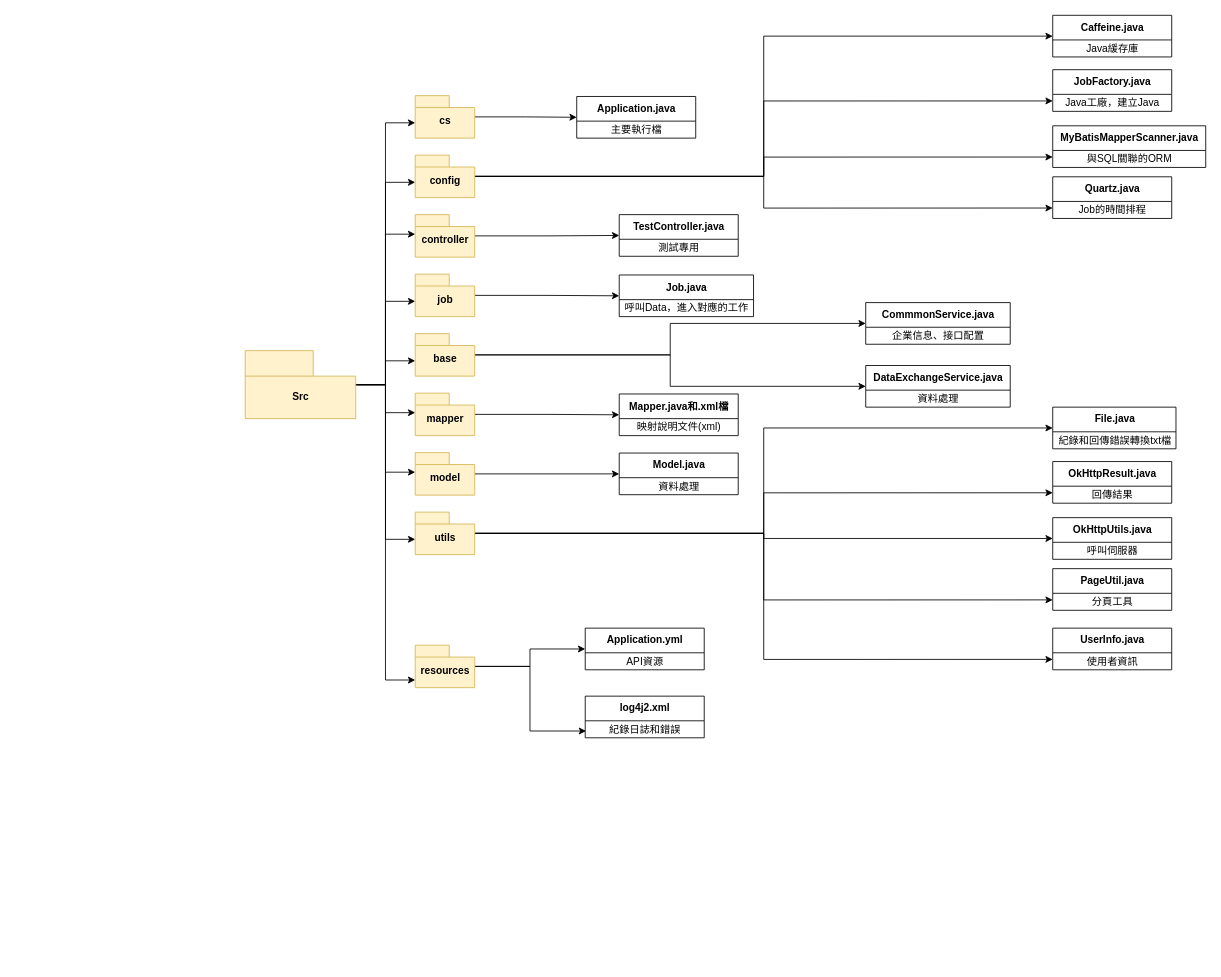
This is Untitled Diagram.drawio from milk588093/homework, a draw.io file, before an edit. Source tidied: cells renumbered, new cells numbered last; positions are measured from the earlier drawing's top-left corner, leaving out a move shared by most shapes. Both pictures are drawn from the tidied source at 85%, with x=0, y=0 at pixel (245, 15).
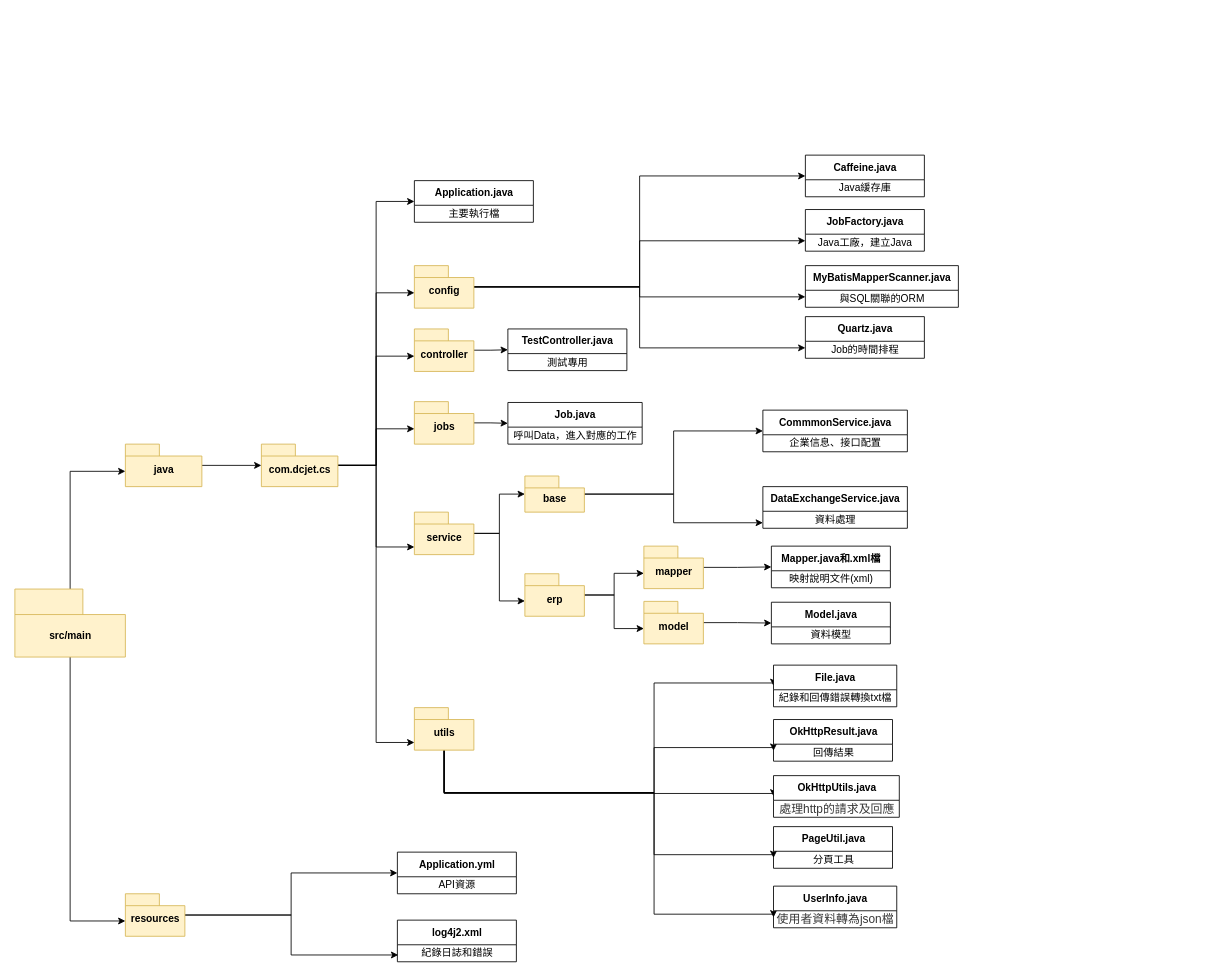
Above is the later version.

Unchanged cells that the change refers to:
```xml
<mxCell id="49" value="資料處理" style="text;html=1;align=center;verticalAlign=middle;points=[];strokeColor=none;" parent="48" vertex="1">
  <mxGeometry y="29" width="170" height="20" as="geometry" />
</mxCell>
```

What changed in the source:
```diff
@@
-    <mxCell id="2" style="edgeStyle=orthogonalEdgeStyle;rounded=0;jettySize=auto;html=1;entryX=0;entryY=0;entryDx=0;entryDy=23;entryPerimeter=0;" parent="1" edge="1" source="11" target="27">
-      <mxGeometry relative="1" as="geometry" />
-    </mxCell>
-    <mxCell id="3" style="edgeStyle=orthogonalEdgeStyle;rounded=0;jettySize=auto;html=1;entryX=0;entryY=0;entryDx=0;entryDy=23;entryPerimeter=0;" parent="1" edge="1" source="11" target="29">
-      <mxGeometry relative="1" as="geometry" />
-    </mxCell>
-    <mxCell id="4" style="edgeStyle=orthogonalEdgeStyle;rounded=0;jettySize=auto;html=1;entryX=0;entryY=0;entryDx=0;entryDy=32;entryPerimeter=0;" parent="1" edge="1" source="11" target="25">
-      <mxGeometry relative="1" as="geometry" />
-    </mxCell>
-    <mxCell id="5" style="edgeStyle=orthogonalEdgeStyle;rounded=0;jettySize=auto;html=1;entryX=0;entryY=0;entryDx=0;entryDy=32;entryPerimeter=0;" parent="1" edge="1" source="11" target="22">
-      <mxGeometry relative="1" as="geometry" />
-    </mxCell>
-    <mxCell id="6" style="edgeStyle=orthogonalEdgeStyle;rounded=0;jettySize=auto;html=1;entryX=0;entryY=0;entryDx=0;entryDy=23;entryPerimeter=0;" parent="1" edge="1" source="11" target="20">
-      <mxGeometry relative="1" as="geometry" />
-    </mxCell>
-    <mxCell id="7" style="edgeStyle=orthogonalEdgeStyle;rounded=0;jettySize=auto;html=1;entryX=0;entryY=0;entryDx=0;entryDy=32;entryPerimeter=0;" parent="1" edge="1" source="11" target="18">
-      <mxGeometry relative="1" as="geometry" />
-    </mxCell>
-    <mxCell id="8" style="edgeStyle=orthogonalEdgeStyle;rounded=0;jettySize=auto;html=1;entryX=0;entryY=0;entryDx=0;entryDy=32;entryPerimeter=0;" parent="1" edge="1" source="11" target="13">
-      <mxGeometry relative="1" as="geometry" />
-    </mxCell>
-    <mxCell id="9" style="edgeStyle=orthogonalEdgeStyle;rounded=0;jettySize=auto;html=1;entryX=0;entryY=0;entryDx=0;entryDy=32;entryPerimeter=0;" parent="1" edge="1" source="11" target="35">
-      <mxGeometry relative="1" as="geometry" />
-    </mxCell>
+    <mxCell id="75" style="edgeStyle=orthogonalEdgeStyle;rounded=0;jettySize=auto;html=1;entryX=0;entryY=0;entryDx=0;entryDy=32;entryPerimeter=0;" parent="1" edge="1" source="11" target="89">
+      <mxGeometry relative="1" as="geometry" />
+    </mxCell>
-    <mxCell id="10" style="edgeStyle=orthogonalEdgeStyle;rounded=0;jettySize=auto;html=1;entryX=0;entryY=0;entryDx=0;entryDy=41;entryPerimeter=0;" parent="1" edge="1" source="11" target="70">
+    <mxCell id="10" style="edgeStyle=orthogonalEdgeStyle;rounded=0;jettySize=auto;html=1;entryX=0;entryY=0;entryDx=0;entryDy=32;entryPerimeter=0;" parent="1" edge="1" source="11" target="70">
       <mxGeometry relative="1" as="geometry" />
     </mxCell>
-    <mxCell id="11" value="Src" style="shape=folder;fontStyle=1;tabWidth=80;tabHeight=30;tabPosition=left;html=1;boundedLbl=1;fillColor=#fff2cc;strokeColor=#d6b656;" parent="1" vertex="1">
-      <mxGeometry y="394" width="130" height="80" as="geometry" />
+    <mxCell id="11" value="src/main" style="shape=folder;fontStyle=1;tabWidth=80;tabHeight=30;tabPosition=left;html=1;boundedLbl=1;fillColor=#fff2cc;strokeColor=#d6b656;" parent="1" vertex="1">
+      <mxGeometry x="-271" y="674.5" width="130" height="80" as="geometry" />
     </mxCell>
-    <mxCell id="12" style="edgeStyle=orthogonalEdgeStyle;rounded=0;jettySize=auto;html=1;entryX=0;entryY=0.5;entryDx=0;entryDy=0;" parent="1" edge="1" source="13" target="36">
-      <mxGeometry relative="1" as="geometry" />
-    </mxCell>
-    <mxCell id="13" value="cs" style="shape=folder;fontStyle=1;spacingTop=10;tabWidth=40;tabHeight=14;tabPosition=left;html=1;fillColor=#fff2cc;strokeColor=#d6b656;" parent="1" vertex="1">
-      <mxGeometry x="200" y="94" width="70" height="50" as="geometry" />
-    </mxCell>
@@
     <mxCell id="18" value="config" style="shape=folder;fontStyle=1;spacingTop=10;tabWidth=40;tabHeight=14;tabPosition=left;html=1;fillColor=#fff2cc;strokeColor=#d6b656;" parent="1" vertex="1">
-      <mxGeometry x="200" y="164" width="70" height="50" as="geometry" />
+      <mxGeometry x="199" y="294" width="70" height="50" as="geometry" />
     </mxCell>
@@
     <mxCell id="20" value="controller" style="shape=folder;fontStyle=1;spacingTop=10;tabWidth=40;tabHeight=14;tabPosition=left;html=1;fillColor=#fff2cc;strokeColor=#d6b656;" parent="1" vertex="1">
-      <mxGeometry x="200" y="234" width="70" height="50" as="geometry" />
+      <mxGeometry x="199" y="368.5" width="70" height="50" as="geometry" />
     </mxCell>
@@
-    <mxCell id="22" value="job" style="shape=folder;fontStyle=1;spacingTop=10;tabWidth=40;tabHeight=14;tabPosition=left;html=1;fillColor=#fff2cc;strokeColor=#d6b656;" parent="1" vertex="1">
-      <mxGeometry x="200" y="304" width="70" height="50" as="geometry" />
+    <mxCell id="22" value="jobs" style="shape=folder;fontStyle=1;spacingTop=10;tabWidth=40;tabHeight=14;tabPosition=left;html=1;fillColor=#fff2cc;strokeColor=#d6b656;" parent="1" vertex="1">
+      <mxGeometry x="199" y="454" width="70" height="50" as="geometry" />
     </mxCell>
@@
-    <mxCell id="24" style="edgeStyle=orthogonalEdgeStyle;rounded=0;jettySize=auto;html=1;entryX=0;entryY=0.5;entryDx=0;entryDy=0;" parent="1" edge="1" source="25" target="48">
-      <mxGeometry relative="1" as="geometry" />
-    </mxCell>
+    <mxCell id="76" style="edgeStyle=orthogonalEdgeStyle;rounded=0;jettySize=auto;html=1;entryX=0;entryY=0.675;entryDx=0;entryDy=0;entryPerimeter=0;" parent="1" edge="1" source="25" target="49">
+      <mxGeometry relative="1" as="geometry" />
+    </mxCell>
     <mxCell id="25" value="base" style="shape=folder;fontStyle=1;spacingTop=10;tabWidth=40;tabHeight=14;tabPosition=left;html=1;fillColor=#fff2cc;strokeColor=#d6b656;" parent="1" vertex="1">
-      <mxGeometry x="200" y="374" width="70" height="50" as="geometry" />
+      <mxGeometry x="329" y="541.5" width="70" height="42.5" as="geometry" />
     </mxCell>
@@
     <mxCell id="27" value="mapper" style="shape=folder;fontStyle=1;spacingTop=10;tabWidth=40;tabHeight=14;tabPosition=left;html=1;fillColor=#fff2cc;strokeColor=#d6b656;" parent="1" vertex="1">
-      <mxGeometry x="200" y="444" width="70" height="50" as="geometry" />
+      <mxGeometry x="469" y="624" width="70" height="50" as="geometry" />
     </mxCell>
@@
     <mxCell id="29" value="model" style="shape=folder;fontStyle=1;spacingTop=10;tabWidth=40;tabHeight=14;tabPosition=left;html=1;fillColor=#fff2cc;strokeColor=#d6b656;" parent="1" vertex="1">
-      <mxGeometry x="200" y="514" width="70" height="50" as="geometry" />
+      <mxGeometry x="469" y="689" width="70" height="50" as="geometry" />
     </mxCell>
     <mxCell id="30" style="edgeStyle=orthogonalEdgeStyle;rounded=0;jettySize=auto;html=1;entryX=0;entryY=0.5;entryDx=0;entryDy=0;" parent="1" edge="1" source="35" target="50">
-      <mxGeometry relative="1" as="geometry" />
+      <mxGeometry relative="1" as="geometry">
+        <Array as="points">
+          <mxPoint x="234" y="914" />
+          <mxPoint x="481" y="914" />
+          <mxPoint x="481" y="785" />
+        </Array>
+      </mxGeometry>
     </mxCell>
     <mxCell id="31" style="edgeStyle=orthogonalEdgeStyle;rounded=0;jettySize=auto;html=1;entryX=0;entryY=0.75;entryDx=0;entryDy=0;" parent="1" edge="1" source="35" target="52">
-      <mxGeometry relative="1" as="geometry" />
+      <mxGeometry relative="1" as="geometry">
+        <Array as="points">
+          <mxPoint x="234" y="914" />
+          <mxPoint x="481" y="914" />
+          <mxPoint x="481" y="861" />
+        </Array>
+      </mxGeometry>
     </mxCell>
     <mxCell id="32" style="edgeStyle=orthogonalEdgeStyle;rounded=0;jettySize=auto;html=1;entryX=0;entryY=0.5;entryDx=0;entryDy=0;" parent="1" edge="1" source="35" target="54">
-      <mxGeometry relative="1" as="geometry" />
+      <mxGeometry relative="1" as="geometry">
+        <Array as="points">
+          <mxPoint x="234" y="915" />
+        </Array>
+      </mxGeometry>
     </mxCell>
     <mxCell id="33" style="edgeStyle=orthogonalEdgeStyle;rounded=0;jettySize=auto;html=1;entryX=0;entryY=0.75;entryDx=0;entryDy=0;" parent="1" edge="1" source="35" target="56">
-      <mxGeometry relative="1" as="geometry" />
+      <mxGeometry relative="1" as="geometry">
+        <Array as="points">
+          <mxPoint x="234" y="914" />
+          <mxPoint x="481" y="914" />
+          <mxPoint x="481" y="987" />
+        </Array>
+      </mxGeometry>
     </mxCell>
     <mxCell id="34" style="edgeStyle=orthogonalEdgeStyle;rounded=0;jettySize=auto;html=1;entryX=0;entryY=0.75;entryDx=0;entryDy=0;" parent="1" edge="1" source="35" target="58">
-      <mxGeometry relative="1" as="geometry" />
+      <mxGeometry relative="1" as="geometry">
+        <Array as="points">
+          <mxPoint x="234" y="914" />
+          <mxPoint x="481" y="914" />
+          <mxPoint x="481" y="1057" />
+        </Array>
+      </mxGeometry>
     </mxCell>
     <mxCell id="35" value="utils" style="shape=folder;fontStyle=1;spacingTop=10;tabWidth=40;tabHeight=14;tabPosition=left;html=1;fillColor=#fff2cc;strokeColor=#d6b656;" parent="1" vertex="1">
-      <mxGeometry x="200" y="584" width="70" height="50" as="geometry" />
+      <mxGeometry x="199" y="814" width="70" height="50" as="geometry" />
     </mxCell>
     <mxCell id="36" value="Application.java" style="swimlane;fontStyle=1;align=center;verticalAlign=middle;horizontal=1;startSize=29;html=1;" parent="1" vertex="1">
-      <mxGeometry x="390" y="95" width="140" height="49" as="geometry" />
+      <mxGeometry x="199" y="194" width="140" height="49" as="geometry" />
     </mxCell>
@@
     <mxCell id="38" value="Caffeine.java" style="swimlane;fontStyle=1;align=center;verticalAlign=middle;horizontal=1;startSize=29;html=1;" parent="1" vertex="1">
-      <mxGeometry x="950" y="-0.5" width="140" height="49" as="geometry" />
+      <mxGeometry x="659" y="164" width="140" height="49" as="geometry" />
     </mxCell>
@@
     <mxCell id="40" value="JobFactory.java" style="swimlane;fontStyle=1;align=center;verticalAlign=middle;horizontal=1;startSize=29;html=1;" parent="1" vertex="1">
-      <mxGeometry x="950" y="63.5" width="140" height="49" as="geometry" />
+      <mxGeometry x="659" y="228" width="140" height="49" as="geometry" />
     </mxCell>
@@
     <mxCell id="42" value="MyBatisMapperScanner.java" style="swimlane;fontStyle=1;align=center;verticalAlign=middle;horizontal=1;startSize=29;html=1;" parent="1" vertex="1">
-      <mxGeometry x="950" y="129.5" width="180" height="49" as="geometry" />
+      <mxGeometry x="659" y="294" width="180" height="49" as="geometry" />
     </mxCell>
@@
     <mxCell id="44" value="Quartz.java" style="swimlane;fontStyle=1;align=center;verticalAlign=middle;horizontal=1;startSize=29;html=1;" parent="1" vertex="1">
-      <mxGeometry x="950" y="189.5" width="140" height="49" as="geometry" />
+      <mxGeometry x="659" y="354" width="140" height="49" as="geometry" />
     </mxCell>
@@
     <mxCell id="46" value="CommmonService.java" style="swimlane;fontStyle=1;align=center;verticalAlign=middle;horizontal=1;startSize=29;html=1;" parent="1" vertex="1">
-      <mxGeometry x="730" y="337.5" width="170" height="49" as="geometry" />
+      <mxGeometry x="609" y="464" width="170" height="49" as="geometry" />
     </mxCell>
@@
     <mxCell id="48" value="DataExchangeService.java" style="swimlane;fontStyle=1;align=center;verticalAlign=middle;horizontal=1;startSize=29;html=1;" parent="1" vertex="1">
-      <mxGeometry x="730" y="411.5" width="170" height="49" as="geometry" />
+      <mxGeometry x="609" y="554" width="170" height="49" as="geometry" />
     </mxCell>
@@
     <mxCell id="50" value="File.java" style="swimlane;fontStyle=1;align=center;verticalAlign=middle;horizontal=1;startSize=29;html=1;" parent="1" vertex="1">
-      <mxGeometry x="950" y="460.5" width="145" height="49" as="geometry" />
+      <mxGeometry x="621.5" y="764" width="145" height="49" as="geometry" />
     </mxCell>
@@
     <mxCell id="52" value="OkHttpResult.java" style="swimlane;fontStyle=1;align=center;verticalAlign=middle;horizontal=1;startSize=29;html=1;" parent="1" vertex="1">
-      <mxGeometry x="950" y="524.5" width="140" height="49" as="geometry" />
+      <mxGeometry x="621.5" y="828" width="140" height="49" as="geometry" />
     </mxCell>
@@
     <mxCell id="54" value="OkHttpUtils.java" style="swimlane;fontStyle=1;align=center;verticalAlign=middle;horizontal=1;startSize=29;html=1;" parent="1" vertex="1">
-      <mxGeometry x="950" y="590.5" width="140" height="49" as="geometry" />
+      <mxGeometry x="621.5" y="894" width="148" height="49" as="geometry" />
     </mxCell>
-    <mxCell id="55" value="呼叫伺服器" style="text;html=1;align=center;verticalAlign=middle;strokeColor=none;" parent="54" vertex="1">
-      <mxGeometry y="29" width="140" height="20" as="geometry" />
+    <mxCell id="55" value="&lt;span style=&quot;color: rgb(55 , 55 , 55) ; font-family: &amp;#34;arial&amp;#34; , &amp;#34;pingfang tc&amp;#34; , &amp;#34;microsoft_jhenghei_fix&amp;#34; , , &amp;#34;microsoft jhenghei&amp;#34; , &amp;#34;hiragino kaku gothic pro&amp;#34; , , &amp;#34;apple ligothic&amp;#34; , &amp;#34;heiti tc&amp;#34; , , &amp;#34;pmingliu&amp;#34; , , &amp;#34;mingliu&amp;#34; , sans-serif ; font-size: 14px ; background-color: rgb(255 , 255 , 255)&quot;&gt; 處理http的請求及回應&lt;/span&gt;" style="text;html=1;align=center;verticalAlign=middle;strokeColor=none;" parent="54" vertex="1">
+      <mxGeometry y="29" width="148" height="20" as="geometry" />
     </mxCell>
     <mxCell id="56" value="PageUtil.java" style="swimlane;fontStyle=1;align=center;verticalAlign=middle;horizontal=1;startSize=29;html=1;" parent="1" vertex="1">
-      <mxGeometry x="950" y="650.5" width="140" height="49" as="geometry" />
+      <mxGeometry x="621.5" y="954" width="140" height="49" as="geometry" />
     </mxCell>
@@
     <mxCell id="58" value="UserInfo.java" style="swimlane;fontStyle=1;align=center;verticalAlign=middle;horizontal=1;startSize=29;html=1;" parent="1" vertex="1">
-      <mxGeometry x="950" y="720.5" width="140" height="49" as="geometry" />
+      <mxGeometry x="621.5" y="1024" width="145" height="49" as="geometry" />
     </mxCell>
-    <mxCell id="59" value="使用者資訊" style="text;html=1;align=center;verticalAlign=middle;strokeColor=none;" parent="58" vertex="1">
-      <mxGeometry y="29" width="140" height="20" as="geometry" />
+    <mxCell id="59" value="&lt;span style=&quot;color: rgb(55 , 55 , 55) ; font-family: &amp;#34;arial&amp;#34; , &amp;#34;pingfang tc&amp;#34; , &amp;#34;microsoft_jhenghei_fix&amp;#34; , , &amp;#34;microsoft jhenghei&amp;#34; , &amp;#34;hiragino kaku gothic pro&amp;#34; , , &amp;#34;apple ligothic&amp;#34; , &amp;#34;heiti tc&amp;#34; , , &amp;#34;pmingliu&amp;#34; , , &amp;#34;mingliu&amp;#34; , sans-serif ; font-size: 14px ; background-color: rgb(255 , 255 , 255)&quot;&gt;使用者資料轉為json檔&lt;/span&gt;" style="text;html=1;align=center;verticalAlign=middle;strokeColor=none;" parent="58" vertex="1">
+      <mxGeometry y="29" width="145" height="20" as="geometry" />
     </mxCell>
     <mxCell id="60" value="TestController.java" style="swimlane;fontStyle=1;align=center;verticalAlign=middle;horizontal=1;startSize=29;html=1;" parent="1" vertex="1">
-      <mxGeometry x="440" y="234" width="140" height="49" as="geometry" />
+      <mxGeometry x="309" y="368.5" width="140" height="49" as="geometry" />
     </mxCell>
@@
     <mxCell id="62" value="Model.java" style="swimlane;fontStyle=1;align=center;verticalAlign=middle;horizontal=1;startSize=29;html=1;" parent="1" vertex="1">
-      <mxGeometry x="440" y="514.5" width="140" height="49" as="geometry" />
+      <mxGeometry x="619" y="690" width="140" height="49" as="geometry" />
     </mxCell>
-    <mxCell id="63" value="資料處理" style="text;html=1;align=center;verticalAlign=middle;strokeColor=none;" parent="62" vertex="1">
+    <mxCell id="63" value="資料模型" style="text;html=1;align=center;verticalAlign=middle;strokeColor=none;" parent="62" vertex="1">
       <mxGeometry y="29" width="140" height="20" as="geometry" />
     </mxCell>
     <mxCell id="64" value="Job.java" style="swimlane;fontStyle=1;align=center;verticalAlign=middle;horizontal=1;startSize=29;html=1;" parent="1" vertex="1">
-      <mxGeometry x="440" y="305" width="158" height="49" as="geometry" />
+      <mxGeometry x="309" y="455" width="158" height="49" as="geometry" />
     </mxCell>
@@
     <mxCell id="66" value="Mapper.java和.xml檔" style="swimlane;fontStyle=1;align=center;verticalAlign=middle;horizontal=1;startSize=29;html=1;" parent="1" vertex="1">
-      <mxGeometry x="440" y="445" width="140" height="49" as="geometry" />
+      <mxGeometry x="619" y="624" width="140" height="49" as="geometry" />
     </mxCell>
@@
     <mxCell id="70" value="resources" style="shape=folder;fontStyle=1;spacingTop=10;tabWidth=40;tabHeight=14;tabPosition=left;html=1;fillColor=#fff2cc;strokeColor=#d6b656;" parent="1" vertex="1">
-      <mxGeometry x="200" y="740.5" width="70" height="50" as="geometry" />
+      <mxGeometry x="-141" y="1033" width="70" height="50" as="geometry" />
     </mxCell>
     <mxCell id="71" value="Application.yml" style="swimlane;fontStyle=1;align=center;verticalAlign=middle;horizontal=1;startSize=29;html=1;" parent="1" vertex="1">
-      <mxGeometry x="400" y="720.5" width="140" height="49" as="geometry" />
+      <mxGeometry x="179" y="984" width="140" height="49" as="geometry" />
     </mxCell>
@@
     <mxCell id="73" value="log4j2.xml" style="swimlane;fontStyle=1;align=center;verticalAlign=middle;horizontal=1;startSize=29;html=1;" parent="1" vertex="1">
-      <mxGeometry x="400" y="800.5" width="140" height="49" as="geometry" />
+      <mxGeometry x="179" y="1064" width="140" height="49" as="geometry" />
     </mxCell>
@@
+    <mxCell id="77" style="edgeStyle=orthogonalEdgeStyle;rounded=0;jettySize=auto;html=1;entryX=0;entryY=0;entryDx=0;entryDy=32;entryPerimeter=0;" parent="1" edge="1" source="13" target="18">
+      <mxGeometry relative="1" as="geometry" />
+    </mxCell>
+    <mxCell id="78" style="edgeStyle=orthogonalEdgeStyle;rounded=0;jettySize=auto;html=1;entryX=0;entryY=0;entryDx=0;entryDy=32;entryPerimeter=0;" parent="1" edge="1" source="13" target="20">
+      <mxGeometry relative="1" as="geometry" />
+    </mxCell>
+    <mxCell id="79" style="edgeStyle=orthogonalEdgeStyle;rounded=0;jettySize=auto;html=1;entryX=0;entryY=0;entryDx=0;entryDy=32;entryPerimeter=0;" parent="1" edge="1" source="13" target="22">
+      <mxGeometry relative="1" as="geometry" />
+    </mxCell>
+    <mxCell id="80" style="edgeStyle=orthogonalEdgeStyle;rounded=0;jettySize=auto;html=1;entryX=0;entryY=0;entryDx=0;entryDy=41;entryPerimeter=0;" parent="1" edge="1" source="13" target="84">
+      <mxGeometry relative="1" as="geometry" />
+    </mxCell>
+    <mxCell id="81" style="edgeStyle=orthogonalEdgeStyle;rounded=0;jettySize=auto;html=1;entryX=0;entryY=0;entryDx=0;entryDy=41;entryPerimeter=0;" parent="1" edge="1" source="13" target="35">
+      <mxGeometry relative="1" as="geometry" />
+    </mxCell>
+    <mxCell id="12" style="edgeStyle=orthogonalEdgeStyle;rounded=0;jettySize=auto;html=1;entryX=0;entryY=0.5;entryDx=0;entryDy=0;" parent="1" edge="1" source="13" target="36">
+      <mxGeometry relative="1" as="geometry" />
+    </mxCell>
+    <mxCell id="13" value="com.dcjet.cs" style="shape=folder;fontStyle=1;spacingTop=10;tabWidth=40;tabHeight=14;tabPosition=left;html=1;fillColor=#fff2cc;strokeColor=#d6b656;" parent="1" vertex="1">
+      <mxGeometry x="19" y="504" width="90" height="50" as="geometry" />
+    </mxCell>
+    <mxCell id="82" style="edgeStyle=orthogonalEdgeStyle;rounded=0;jettySize=auto;html=1;" parent="1" edge="1" source="84" target="25">
+      <mxGeometry relative="1" as="geometry" />
+    </mxCell>
+    <mxCell id="83" style="edgeStyle=orthogonalEdgeStyle;rounded=0;jettySize=auto;html=1;entryX=0;entryY=0;entryDx=0;entryDy=32;entryPerimeter=0;" parent="1" edge="1" source="84" target="87">
+      <mxGeometry relative="1" as="geometry" />
+    </mxCell>
+    <mxCell id="84" value="service" style="shape=folder;fontStyle=1;spacingTop=10;tabWidth=40;tabHeight=14;tabPosition=left;html=1;fillColor=#fff2cc;strokeColor=#d6b656;" parent="1" vertex="1">
+      <mxGeometry x="199" y="584" width="70" height="50" as="geometry" />
+    </mxCell>
+    <mxCell id="85" style="edgeStyle=orthogonalEdgeStyle;rounded=0;jettySize=auto;html=1;entryX=0;entryY=0;entryDx=0;entryDy=32;entryPerimeter=0;" parent="1" edge="1" source="87" target="27">
+      <mxGeometry relative="1" as="geometry" />
+    </mxCell>
+    <mxCell id="86" style="edgeStyle=orthogonalEdgeStyle;rounded=0;jettySize=auto;html=1;entryX=0;entryY=0;entryDx=0;entryDy=32;entryPerimeter=0;" parent="1" edge="1" source="87" target="29">
+      <mxGeometry relative="1" as="geometry" />
+    </mxCell>
+    <mxCell id="87" value="erp" style="shape=folder;fontStyle=1;spacingTop=10;tabWidth=40;tabHeight=14;tabPosition=left;html=1;fillColor=#fff2cc;strokeColor=#d6b656;" parent="1" vertex="1">
+      <mxGeometry x="329" y="656.5" width="70" height="50" as="geometry" />
+    </mxCell>
+    <mxCell id="88" style="edgeStyle=orthogonalEdgeStyle;rounded=0;jettySize=auto;html=1;" parent="1" edge="1" source="89" target="13">
+      <mxGeometry relative="1" as="geometry" />
+    </mxCell>
+    <mxCell id="89" value="java" style="shape=folder;fontStyle=1;spacingTop=10;tabWidth=40;tabHeight=14;tabPosition=left;html=1;fillColor=#fff2cc;strokeColor=#d6b656;" parent="1" vertex="1">
+      <mxGeometry x="-141" y="504" width="90" height="50" as="geometry" />
+    </mxCell>
```
